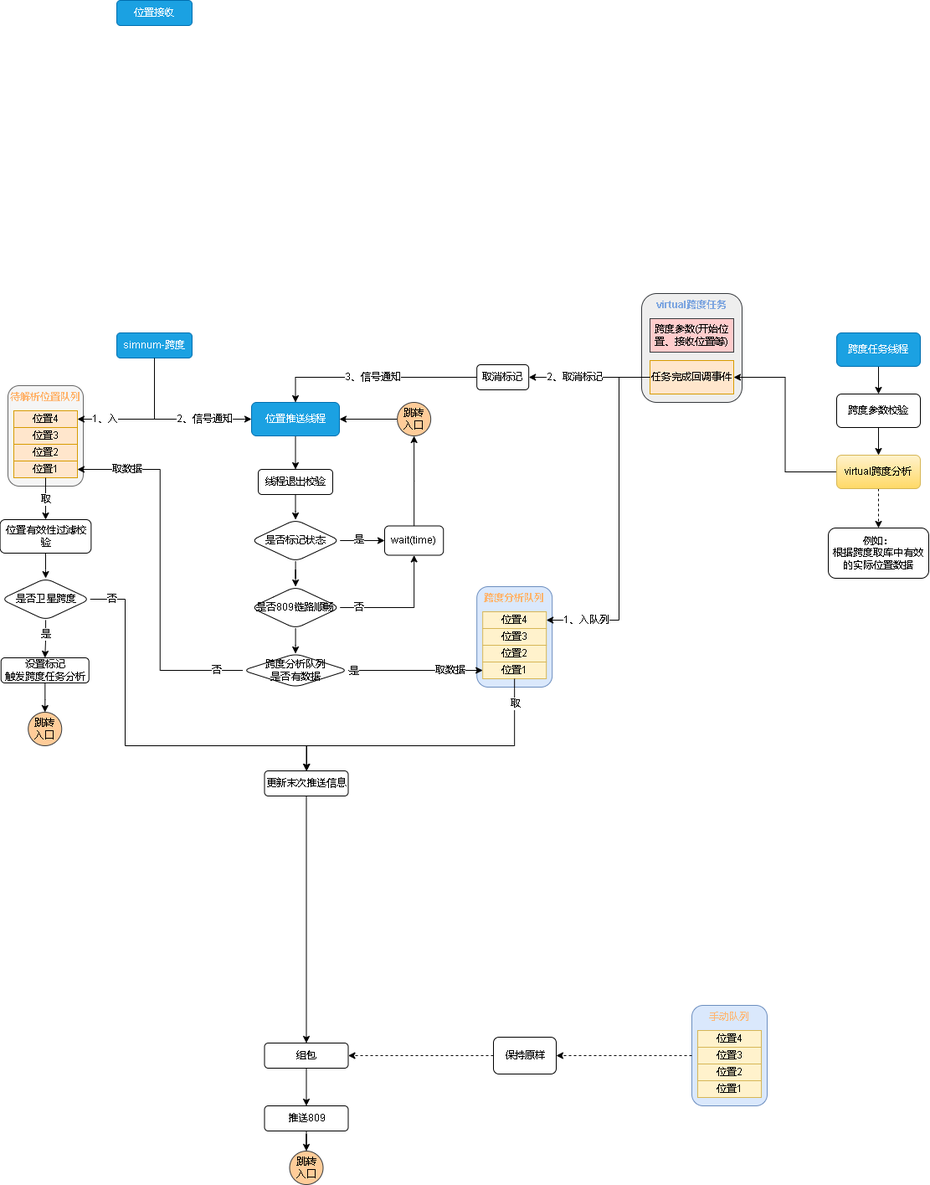
Before: 809数据跨度.drawio.png, a diagram exported from draw.io (xktder/draw). Source tidied: cells renumbered, new cells last; positions are measured from the earlier drawing's top-left corner, leaving out a move shared by most shapes.
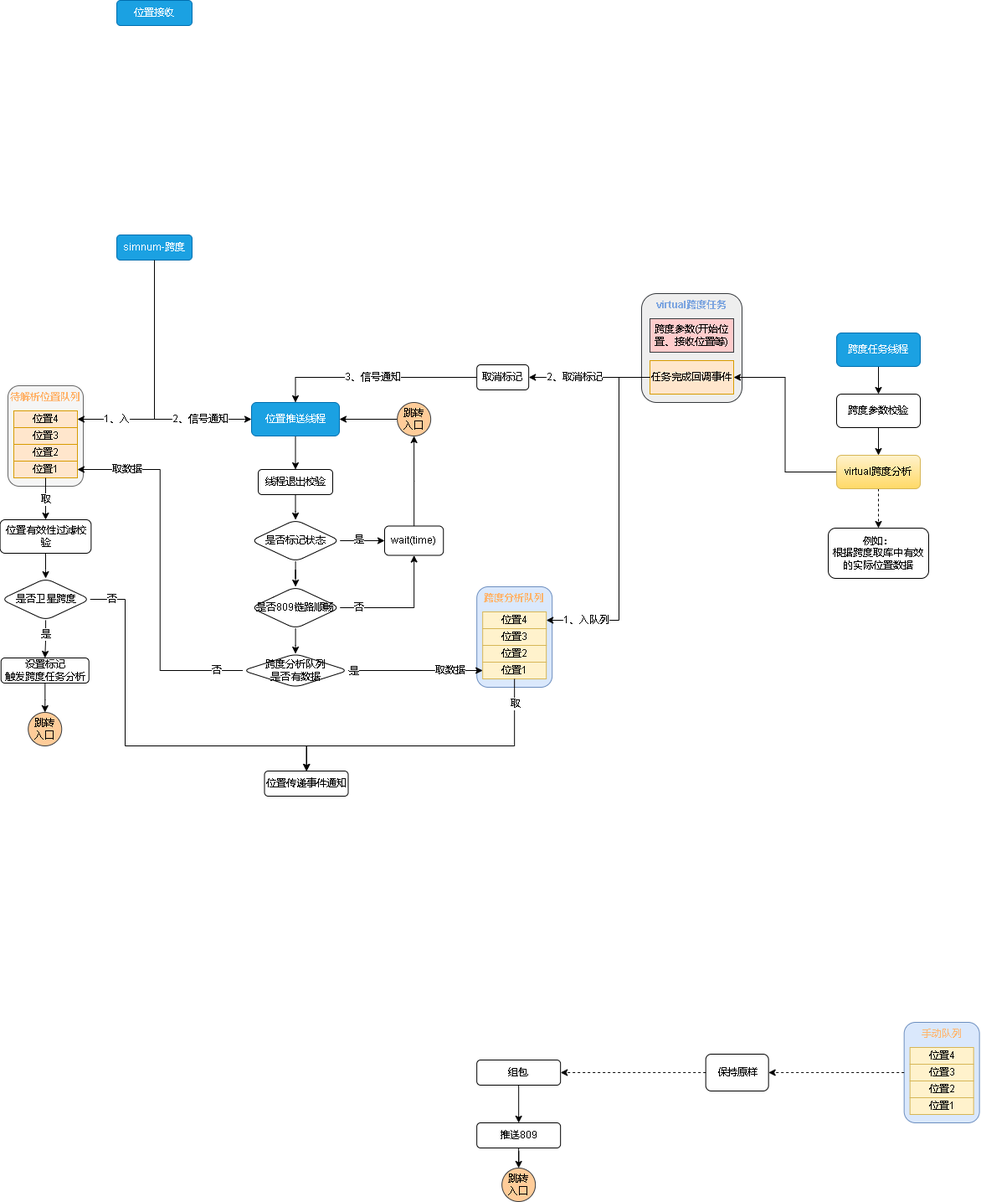
The same diagram one commit later.

Commit message:
更新809数据跨度.drawio.png

What changed in the source:
```diff
@@ -12,11 +12,11 @@
     </mxCell>
     <mxCell id="3" value="2、信号通知" style="edgeLabel;html=1;align=center;verticalAlign=middle;fontColor=#000000;" parent="2" vertex="1">
       <mxGeometry x="0.66" relative="1" as="geometry">
-        <mxPoint x="-25" as="offset" />
+        <mxPoint x="-10" as="offset" />
       </mxGeometry>
     </mxCell>
     <mxCell id="4" value="simnum-跨度" style="rounded=1;whiteSpace=wrap;html=1;fillColor=#1ba1e2;fontColor=#ffffff;strokeColor=#006EAF;" parent="1" vertex="1">
-      <mxGeometry x="139" y="397" width="90" height="30" as="geometry" />
+      <mxGeometry x="139" y="280" width="90" height="30" as="geometry" />
     </mxCell>
     <mxCell id="5" style="group;" parent="1" vertex="1">
       <mxGeometry x="9" y="460" width="90" height="120" as="geometry" />
@@ -59,7 +59,7 @@
     </mxCell>
     <mxCell id="18" value="1、入" style="edgeLabel;html=1;align=center;verticalAlign=middle;fontColor=#000000;" parent="17" vertex="1">
       <mxGeometry x="0.48" y="1" relative="1" as="geometry">
-        <mxPoint x="-11" y="-1" as="offset" />
+        <mxPoint x="-27" y="-1" as="offset" />
       </mxGeometry>
     </mxCell>
     <mxCell id="19" style="edgeStyle=orthogonalEdgeStyle;rounded=0;jettySize=auto;html=1;exitX=0.5;exitY=1;exitDx=0;exitDy=0;fontColor=#000000;" parent="1" edge="1" source="10" target="22">
@@ -166,7 +166,7 @@
       <mxGeometry relative="1" as="geometry" />
     </mxCell>
     <mxCell id="47" value="推送809" style="rounded=1;whiteSpace=wrap;html=1;fontColor=#000000;" parent="1" vertex="1">
-      <mxGeometry x="315.5" y="1320" width="100" height="30" as="geometry" />
+      <mxGeometry x="569.2" y="1340" width="100" height="30" as="geometry" />
     </mxCell>
     <mxCell id="48" style="edgeStyle=orthogonalEdgeStyle;rounded=0;jettySize=auto;html=1;fontColor=#000000;entryX=0.5;entryY=0;entryDx=0;entryDy=0;" parent="1" edge="1" source="52" target="58">
       <mxGeometry relative="1" as="geometry" />
@@ -191,17 +191,14 @@
     <mxCell id="52" value="是否卫星跨度" style="rhombus;whiteSpace=wrap;html=1;fontColor=#000000;rounded=1;" parent="1" vertex="1">
       <mxGeometry x="0.8" y="690" width="106.5" height="50" as="geometry" />
     </mxCell>
-    <mxCell id="53" style="edgeStyle=orthogonalEdgeStyle;rounded=0;jettySize=auto;html=1;fontColor=#000000;" parent="1" edge="1" source="54" target="56">
-      <mxGeometry relative="1" as="geometry" />
-    </mxCell>
-    <mxCell id="54" value="更新末次推送信息" style="rounded=1;whiteSpace=wrap;html=1;fontColor=#000000;" parent="1" vertex="1">
+    <mxCell id="54" value="位置传递事件通知" style="rounded=1;whiteSpace=wrap;html=1;fontColor=#000000;" parent="1" vertex="1">
       <mxGeometry x="315.5" y="920" width="100" height="30" as="geometry" />
     </mxCell>
     <mxCell id="55" style="edgeStyle=orthogonalEdgeStyle;rounded=0;jettySize=auto;html=1;fontColor=#000000;" parent="1" edge="1" source="56" target="47">
       <mxGeometry relative="1" as="geometry" />
     </mxCell>
     <mxCell id="56" value="组包" style="rounded=1;whiteSpace=wrap;html=1;fontColor=#000000;" parent="1" vertex="1">
-      <mxGeometry x="315.5" y="1245" width="100" height="30" as="geometry" />
+      <mxGeometry x="569.2" y="1265" width="100" height="30" as="geometry" />
     </mxCell>
     <mxCell id="57" style="edgeStyle=orthogonalEdgeStyle;rounded=0;jettySize=auto;html=1;fontColor=#000000;" parent="1" edge="1" source="58" target="61">
       <mxGeometry relative="1" as="geometry" />
@@ -219,10 +216,10 @@
       <mxGeometry x="33.2" y="850" width="40" height="40" as="geometry" />
     </mxCell>
     <mxCell id="62" value="跳转&lt;br&gt;入口" style="ellipse;whiteSpace=wrap;html=1;fillColor=#ffcc99;strokeColor=#36393d;" parent="1" vertex="1">
-      <mxGeometry x="345.5" y="1374" width="40" height="40" as="geometry" />
+      <mxGeometry x="599.2" y="1394" width="40" height="40" as="geometry" />
     </mxCell>
     <mxCell id="63" style="group;" parent="1" vertex="1">
-      <mxGeometry x="826" y="1200" width="90" height="120" as="geometry" />
+      <mxGeometry x="1079.7" y="1220" width="90" height="120" as="geometry" />
     </mxCell>
     <mxCell id="64" value="&lt;font color=&quot;#ffb570&quot;&gt;手动队列&lt;/font&gt;" style="rounded=1;whiteSpace=wrap;html=1;verticalAlign=top;fillColor=#dae8fc;strokeColor=#6c8ebf;" parent="63" vertex="1">
       <mxGeometry width="90" height="120" as="geometry" />
@@ -311,7 +308,7 @@
       <mxGeometry relative="1" as="geometry" />
     </mxCell>
     <mxCell id="89" value="保持原样" style="whiteSpace=wrap;html=1;verticalAlign=middle;rounded=1;align=center;" parent="1" vertex="1">
-      <mxGeometry x="589" y="1238" width="75" height="44" as="geometry" />
+      <mxGeometry x="842.7" y="1258" width="75" height="44" as="geometry" />
     </mxCell>
     <mxCell id="90" style="edgeStyle=orthogonalEdgeStyle;rounded=0;jettySize=auto;html=1;dashed=1;fontColor=#7EA6E0;" parent="1" edge="1" source="64" target="89">
       <mxGeometry relative="1" as="geometry" />
```
